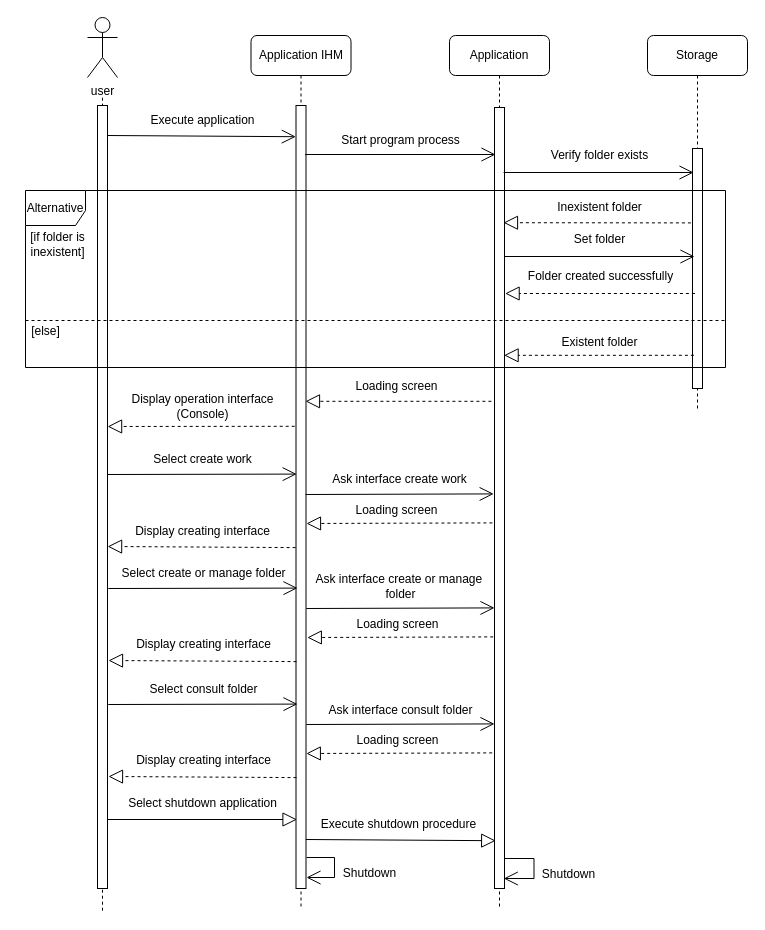
Above: console diagram.drawio in Weicheng178/UML (draw.io), before the change. Source tidied: cells renumbered, new cells numbered last; positions are measured from the earlier drawing's top-left corner, leaving out a move shared by most shapes. Both pictures are drawn from the tidied source at 100%, with x=0, y=0 at pixel (17, 17).
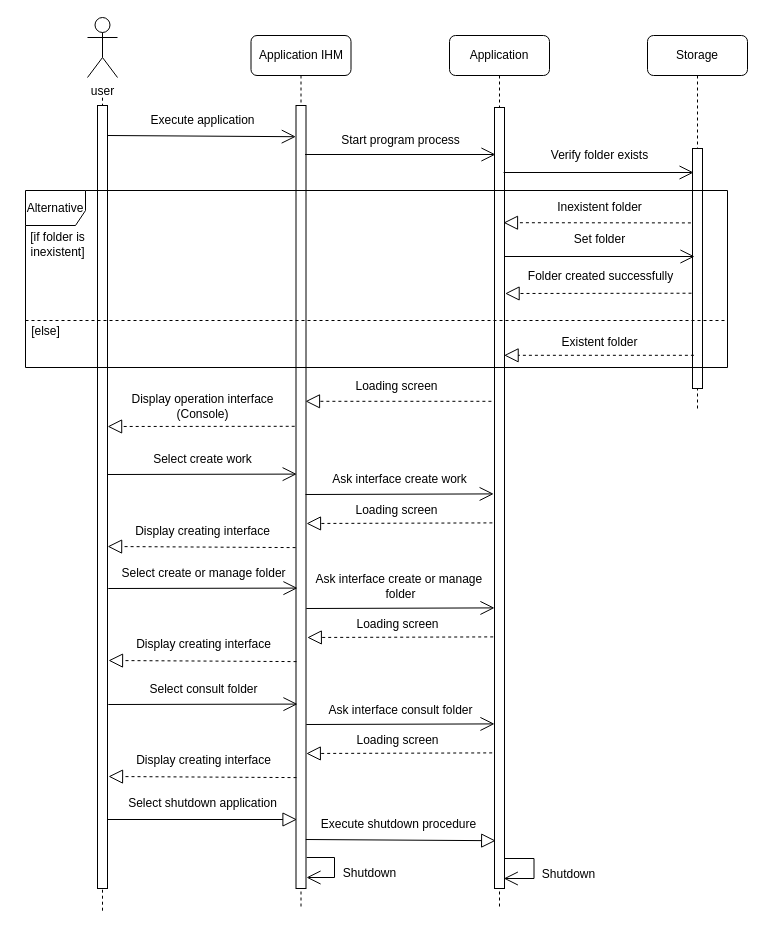
Above is the later version.

The change refers to these unchanged cells:
```xml
<mxCell id="10" style="html=1;points=[];perimeter=orthogonalPerimeter;rounded=0;glass=0;labelBackgroundColor=none;fillStyle=auto;" parent="1" vertex="1">
  <mxGeometry x="675" y="131" width="10" height="240" as="geometry" />
</mxCell>
```

What changed in the source:
```diff
@@
     <mxCell id="21" value="Alternative" style="shape=umlFrame;whiteSpace=wrap;html=1;width=60;height=35;" parent="1" vertex="1">
-      <mxGeometry x="8" y="173" width="700" height="177" as="geometry" />
+      <mxGeometry x="8" y="173" width="702" height="177" as="geometry" />
     </mxCell>
@@
-    <mxCell id="31" style="endArrow=block;dashed=1;endFill=0;endSize=12;html=1;rounded=1;targetPerimeterSpacing=-4;sourcePerimeterSpacing=3;" parent="1" edge="1">
+    <mxCell id="31" style="endArrow=block;dashed=1;endFill=0;endSize=12;html=1;rounded=1;targetPerimeterSpacing=-4;sourcePerimeterSpacing=3;exitX=-0.099;exitY=0.603;exitDx=0;exitDy=0;exitPerimeter=0;" parent="1" edge="1" source="10">
       <mxGeometry relative="1" as="geometry">
-        <mxPoint x="677.4" y="276" as="sourcePoint" />
         <mxPoint x="487.6" y="276" as="targetPoint" />
       </mxGeometry>
     </mxCell>
```
